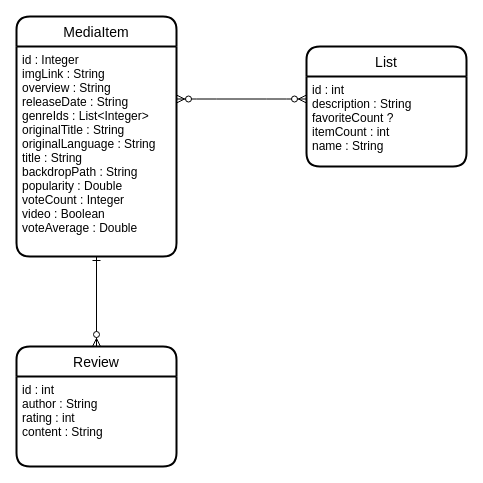
Earlier version of the draw.io diagram page "ERD" (1 of 4) of Diagrams/ERD.drawio (TeaDrinkingProgrammer/NetNietFlix). Source tidied: cells renumbered, new cells numbered last; positions are measured from the earlier drawing's top-left corner, leaving out a move shared by most shapes. Both pictures are drawn from the tidied source at 100%, with x=0, y=0 at pixel (16, 16).
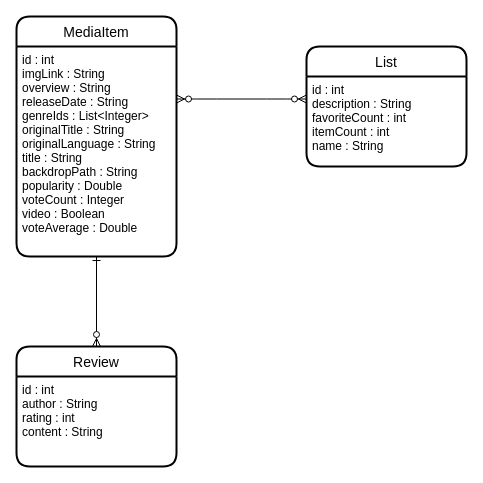
After the change.

What changed in the source:
```diff
@@
 <mxGraphModel>
   <root>
     <mxCell id="0" />
     <mxCell id="1" parent="0" />
     <mxCell id="2" value="MediaItem" style="swimlane;horizontal=1;startSize=30;rounded=1;fontSize=14;fontStyle=0;strokeWidth=2;shadow=0;dashed=0;align=center;" parent="1" vertex="1">
       <mxGeometry width="160" height="240" as="geometry" />
     </mxCell>
-    <mxCell id="3" value="id : Integer&#10;imgLink : String&#10;overview : String&#10;releaseDate : String&#10;genreIds : List&lt;Integer&gt;&#10;originalTitle : String&#10;originalLanguage : String&#10;title : String&#10;backdropPath : String&#10;popularity : Double&#10;voteCount : Integer&#10;video : Boolean&#10;voteAverage : Double" style="align=left;strokeColor=none;fillColor=none;spacingLeft=4;fontSize=12;verticalAlign=top;fontStyle=0;" parent="2" vertex="1">
+    <mxCell id="3" value="id : int&#10;imgLink : String&#10;overview : String&#10;releaseDate : String&#10;genreIds : List&lt;Integer&gt;&#10;originalTitle : String&#10;originalLanguage : String&#10;title : String&#10;backdropPath : String&#10;popularity : Double&#10;voteCount : Integer&#10;video : Boolean&#10;voteAverage : Double" style="align=left;strokeColor=none;fillColor=none;spacingLeft=4;fontSize=12;verticalAlign=top;fontStyle=0;" parent="2" vertex="1">
       <mxGeometry y="30" width="160" height="210" as="geometry" />
     </mxCell>
     <mxCell id="4" value="List" style="swimlane;horizontal=1;startSize=30;rounded=1;fontSize=14;fontStyle=0;strokeWidth=2;shadow=0;dashed=0;align=center;" parent="1" vertex="1">
       <mxGeometry x="290" y="30" width="160" height="120" as="geometry" />
     </mxCell>
-    <mxCell id="5" value="id : int&#10;description : String&#10;favoriteCount ?&#10;itemCount : int&#10;name : String" style="align=left;strokeColor=none;fillColor=none;spacingLeft=4;fontSize=12;verticalAlign=top;" parent="4" vertex="1">
+    <mxCell id="5" value="id : int&#10;description : String&#10;favoriteCount : int&#10;itemCount : int&#10;name : String" style="align=left;strokeColor=none;fillColor=none;spacingLeft=4;fontSize=12;verticalAlign=top;" parent="4" vertex="1">
       <mxGeometry y="30" width="160" height="90" as="geometry" />
     </mxCell>
     <mxCell id="6" style="edgeStyle=entityRelationEdgeStyle;fontSize=12;html=1;endArrow=ERzeroToMany;endFill=1;entryX=1;entryY=0.25;entryDx=0;entryDy=0;exitX=0;exitY=0.25;exitDx=0;exitDy=0;startArrow=ERzeroToMany;startFill=1;" parent="1" edge="1" source="5" target="3">
       <mxGeometry relative="1" as="geometry" />
     </mxCell>
     <mxCell id="7" value="Review" style="swimlane;horizontal=1;startSize=30;rounded=1;fontSize=14;fontStyle=0;strokeWidth=2;shadow=0;dashed=0;align=center;" parent="1" vertex="1">
       <mxGeometry y="330" width="160" height="120" as="geometry" />
     </mxCell>
     <mxCell id="8" value="id : int&#10;author : String&#10;rating : int&#10;content : String" style="align=left;strokeColor=none;fillColor=none;spacingLeft=4;fontSize=12;verticalAlign=top;fontStyle=0;" parent="7" vertex="1">
       <mxGeometry y="30" width="160" height="90" as="geometry" />
     </mxCell>
     <mxCell id="9" style="fontSize=12;html=1;endArrow=ERone;endFill=0;exitX=0.5;exitY=0;exitDx=0;exitDy=0;entryX=0.5;entryY=1;entryDx=0;entryDy=0;rounded=1;startArrow=ERzeroToMany;startFill=1;" parent="1" edge="1" source="7" target="3">
       <mxGeometry relative="1" as="geometry" />
     </mxCell>
   </root>
 </mxGraphModel>
```
